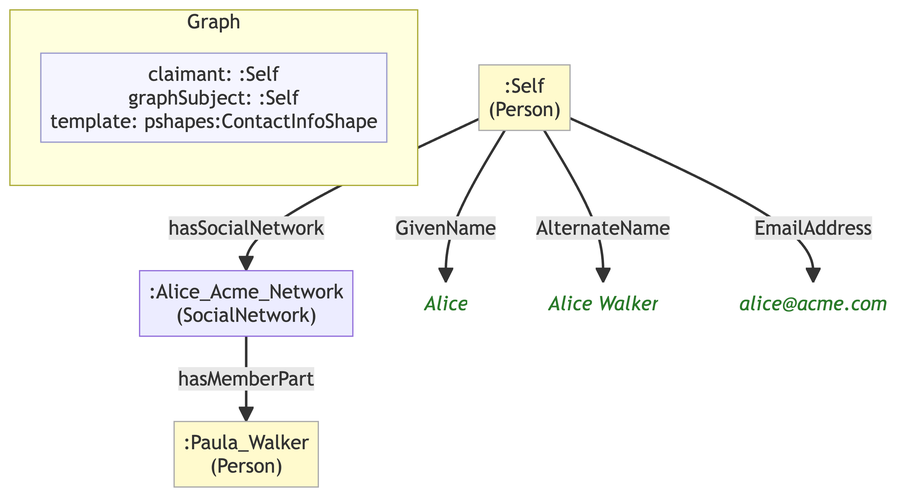
MeeFoundation/mia-ontologies keeps this Mermaid diagram as example/graphs/images/graph-20.png. Above is the earlier version. Its source is kept beside it as example/graphs/images/graph-20.mmd.
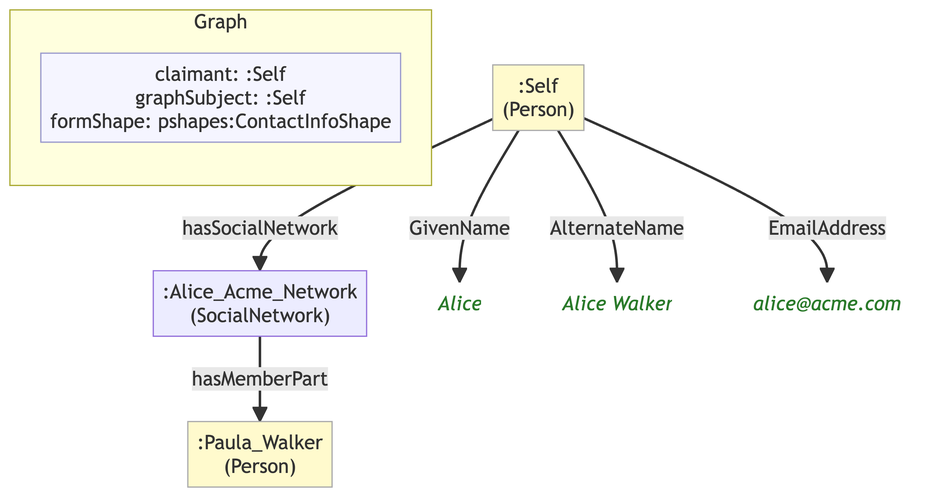
After the commit.

Change to the diagram source:
```diff
@@ -7,18 +7,18 @@
 
     subgraph ctx["Graph"]
         direction LR
-        ctx_meta["claimant: :Self\ngraphSubject: :Self\ntemplate: pshapes:ContactInfoShape"]:::meta
+        ctx_meta["claimant: :Self\ngraphSubject: :Self\nformShape: pshapes:ContactInfoShape"]:::meta
     end
 
-    n2ed3865285b0[":Alice_Acme_Network\n(SocialNetwork)"]
-    nf4296ab13de4[":Paula_Walker\n(Person)"]:::person
-    ne0c3ba92f1db[":Self\n(Person)"]:::person
-    n916c1aa712d8("Alice"):::lit
-    n12da1b411959("Alice Walker"):::lit
-    nba3cc8dd92a5("alice@acme.com"):::lit
+    n614c8153a57c[":Alice_Acme_Network\n(SocialNetwork)"]
+    n679aafec7a4b[":Paula_Walker\n(Person)"]:::person
+    n655e442e50be[":Self\n(Person)"]:::person
+    n14275a890944("Alice"):::lit
+    n39ef37c3927d("Alice Walker"):::lit
+    nf9fa1e485f88("alice@acme.com"):::lit
 
-    n2ed3865285b0 -->|"hasMemberPart"| nf4296ab13de4
-    ne0c3ba92f1db -->|"GivenName"| n916c1aa712d8
-    ne0c3ba92f1db -->|"AlternateName"| n12da1b411959
-    ne0c3ba92f1db -->|"EmailAddress"| nba3cc8dd92a5
-    ne0c3ba92f1db -->|"hasSocialNetwork"| n2ed3865285b0
+    n614c8153a57c -->|"hasMemberPart"| n679aafec7a4b
+    n655e442e50be -->|"GivenName"| n14275a890944
+    n655e442e50be -->|"AlternateName"| n39ef37c3927d
+    n655e442e50be -->|"EmailAddress"| nf9fa1e485f88
+    n655e442e50be -->|"hasSocialNetwork"| n614c8153a57c
```
